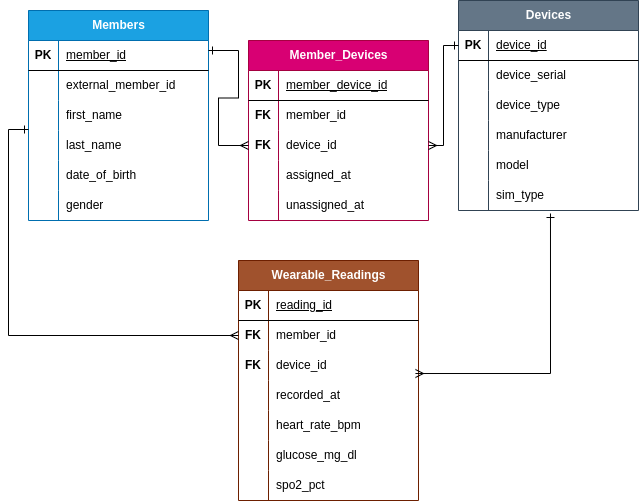
Above: docs/er_diagram.png in ramon-gonzalez-data/wearable-health-analytics-risk-prediction (draw.io), before the change. Source tidied: cells renumbered, new cells last; positions are measured from the earlier drawing's top-left corner, leaving out a move shared by most shapes.
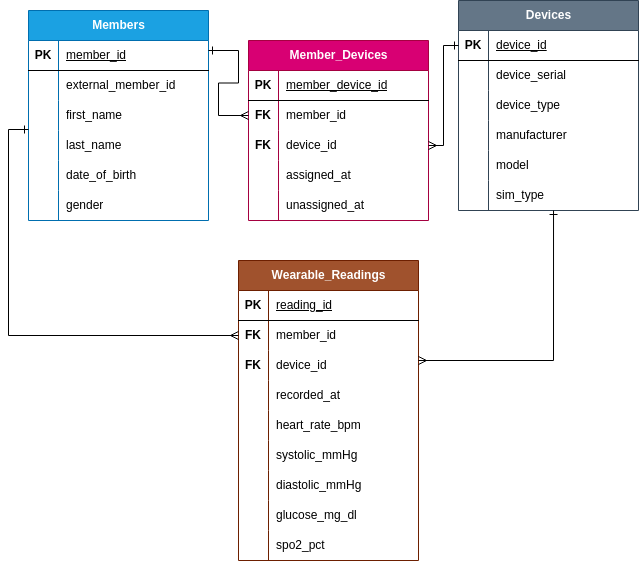
After the commit.

Diff of the diagram source:
```diff
@@ -108,7 +108,7 @@
       <mxGeometry x="30" width="150" height="30" as="geometry" />
     </mxCell>
     <mxCell id="37" value="Wearable_Readings" style="shape=table;startSize=30;rowLines=0;fontStyle=1;align=center;html=1;fillColor=#a0522d;strokeColor=#6D1F00;fontColor=#ffffff;" parent="1" vertex="1">
-      <mxGeometry x="230" y="260" width="180" height="240" as="geometry" />
+      <mxGeometry x="230" y="260" width="180" height="300" as="geometry" />
     </mxCell>
     <mxCell id="38" style="shape=tableRow;horizontal=0;startSize=0;swimlaneHead=0;swimlaneBody=0;fillColor=none;top=0;left=0;right=0;bottom=1;" parent="37" vertex="1">
       <mxGeometry y="30" width="180" height="30" as="geometry" />
@@ -161,7 +161,7 @@
     <mxCell id="54" value="&lt;div&gt;&lt;br/&gt;&lt;/div&gt;" style="shape=partialRectangle;fillColor=none;top=0;left=0;bottom=0;right=0;overflow=hidden;whiteSpace=wrap;html=1;" parent="53" vertex="1">
       <mxGeometry width="30" height="30" as="geometry" />
     </mxCell>
-    <mxCell id="55" value="glucose_mg_dl" style="shape=partialRectangle;fillColor=none;top=0;left=0;bottom=0;right=0;align=left;spacingLeft=6;overflow=hidden;whiteSpace=wrap;html=1;" parent="53" vertex="1">
+    <mxCell id="55" value="systolic_mmHg" style="shape=partialRectangle;fillColor=none;top=0;left=0;bottom=0;right=0;align=left;spacingLeft=6;overflow=hidden;whiteSpace=wrap;html=1;" parent="53" vertex="1">
       <mxGeometry x="30" width="150" height="30" as="geometry" />
     </mxCell>
     <mxCell id="56" style="shape=tableRow;horizontal=0;startSize=0;swimlaneHead=0;swimlaneBody=0;fillColor=none;top=0;left=0;right=0;bottom=0;" parent="37" vertex="1">
@@ -170,9 +170,27 @@
     <mxCell id="57" value="&lt;div&gt;&lt;br/&gt;&lt;/div&gt;" style="shape=partialRectangle;fillColor=none;top=0;left=0;bottom=0;right=0;overflow=hidden;whiteSpace=wrap;html=1;" parent="56" vertex="1">
       <mxGeometry width="30" height="30" as="geometry" />
     </mxCell>
-    <mxCell id="58" value="spo2_pct" style="shape=partialRectangle;fillColor=none;top=0;left=0;bottom=0;right=0;align=left;spacingLeft=6;overflow=hidden;whiteSpace=wrap;html=1;" parent="56" vertex="1">
+    <mxCell id="58" value="diastolic_mmHg" style="shape=partialRectangle;fillColor=none;top=0;left=0;bottom=0;right=0;align=left;spacingLeft=6;overflow=hidden;whiteSpace=wrap;html=1;" parent="56" vertex="1">
       <mxGeometry x="30" width="150" height="30" as="geometry" />
     </mxCell>
+    <mxCell id="82" style="shape=tableRow;horizontal=0;startSize=0;swimlaneHead=0;swimlaneBody=0;fillColor=none;top=0;left=0;right=0;bottom=0;" parent="37" vertex="1">
+      <mxGeometry y="240" width="180" height="30" as="geometry" />
+    </mxCell>
+    <mxCell id="83" value="&lt;div&gt;&lt;br/&gt;&lt;/div&gt;" style="shape=partialRectangle;fillColor=none;top=0;left=0;bottom=0;right=0;overflow=hidden;whiteSpace=wrap;html=1;" parent="82" vertex="1">
+      <mxGeometry width="30" height="30" as="geometry" />
+    </mxCell>
+    <mxCell id="84" value="glucose_mg_dl" style="shape=partialRectangle;fillColor=none;top=0;left=0;bottom=0;right=0;align=left;spacingLeft=6;overflow=hidden;whiteSpace=wrap;html=1;" parent="82" vertex="1">
+      <mxGeometry x="30" width="150" height="30" as="geometry" />
+    </mxCell>
+    <mxCell id="85" style="shape=tableRow;horizontal=0;startSize=0;swimlaneHead=0;swimlaneBody=0;fillColor=none;top=0;left=0;right=0;bottom=0;" parent="37" vertex="1">
+      <mxGeometry y="270" width="180" height="30" as="geometry" />
+    </mxCell>
+    <mxCell id="86" value="&lt;div&gt;&lt;br/&gt;&lt;/div&gt;" style="shape=partialRectangle;fillColor=none;top=0;left=0;bottom=0;right=0;overflow=hidden;whiteSpace=wrap;html=1;" parent="85" vertex="1">
+      <mxGeometry width="30" height="30" as="geometry" />
+    </mxCell>
+    <mxCell id="87" value="spo2_pct" style="shape=partialRectangle;fillColor=none;top=0;left=0;bottom=0;right=0;align=left;spacingLeft=6;overflow=hidden;whiteSpace=wrap;html=1;" parent="85" vertex="1">
+      <mxGeometry x="30" width="150" height="30" as="geometry" />
+    </mxCell>
     <mxCell id="59" value="Members" style="shape=table;startSize=30;rowLines=0;fontStyle=1;align=center;html=1;fillColor=#1ba1e2;strokeColor=#006EAF;fontColor=#ffffff;" parent="1" vertex="1">
       <mxGeometry x="20" y="10" width="180" height="210" as="geometry" />
     </mxCell>
@@ -242,15 +260,17 @@
         </Array>
       </mxGeometry>
     </mxCell>
-    <mxCell id="80" style="edgeStyle=entityRelationEdgeStyle;fontSize=12;html=1;endArrow=ERmany;rounded=0;entryX=0;entryY=0.5;entryDx=0;entryDy=0;startArrow=ERone;startFill=0;" parent="1" edge="1" target="9">
+    <mxCell id="80" style="edgeStyle=entityRelationEdgeStyle;fontSize=12;html=1;endArrow=ERmany;rounded=0;entryX=0;entryY=0.5;entryDx=0;entryDy=0;startArrow=ERone;startFill=0;" parent="1" edge="1" target="6">
       <mxGeometry relative="1" as="geometry">
         <mxPoint x="200" y="50" as="sourcePoint" />
       </mxGeometry>
     </mxCell>
-    <mxCell id="81" style="fontSize=12;html=1;endArrow=ERone;rounded=0;startArrow=ERmany;startFill=0;endFill=0;edgeStyle=orthogonalEdgeStyle;entryX=0.511;entryY=1.1;entryDx=0;entryDy=0;entryPerimeter=0;exitX=0.983;exitY=0.767;exitDx=0;exitDy=0;exitPerimeter=0;" parent="1" edge="1" source="44" target="34">
+    <mxCell id="81" style="fontSize=12;html=1;endArrow=ERone;rounded=0;startArrow=ERmany;startFill=0;endFill=0;edgeStyle=orthogonalEdgeStyle;exitX=0.983;exitY=0.767;exitDx=0;exitDy=0;exitPerimeter=0;" parent="1" edge="1">
       <mxGeometry relative="1" as="geometry">
+        <mxPoint x="410" y="360" as="sourcePoint" />
+        <mxPoint x="545" y="210" as="targetPoint" />
         <Array as="points">
-          <mxPoint x="542" y="373" />
+          <mxPoint x="545.1" y="360" />
         </Array>
       </mxGeometry>
     </mxCell>
```
